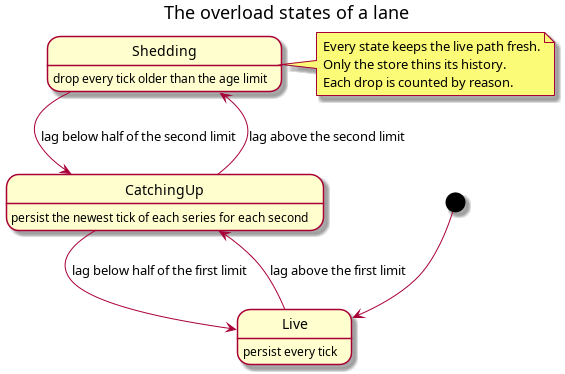
The PlantUML diagram doc/knowledge/architecture/tick_ingest_overload_states.png in OreStudio/OreStudio, before a commit. Its source is kept beside it as doc/knowledge/architecture/tick_ingest_overload_states.puml.
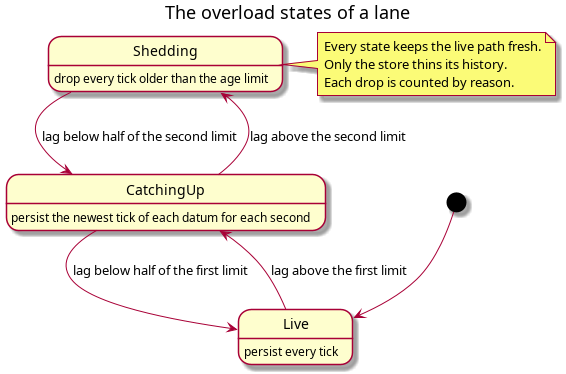
The same file after the commit.

Commit message:
[doc] Add the recent window, the asset class contract and the design review to the tick pipeline

Diff of the diagram source:
```diff
@@ -7,7 +7,7 @@
 [*] --> Live
 
 state Live : persist every tick
-state CatchingUp : persist the newest tick of each series for each second
+state CatchingUp : persist the newest tick of each datum for each second
 state Shedding : drop every tick older than the age limit
 
 Live --> CatchingUp : lag above the first limit
```
